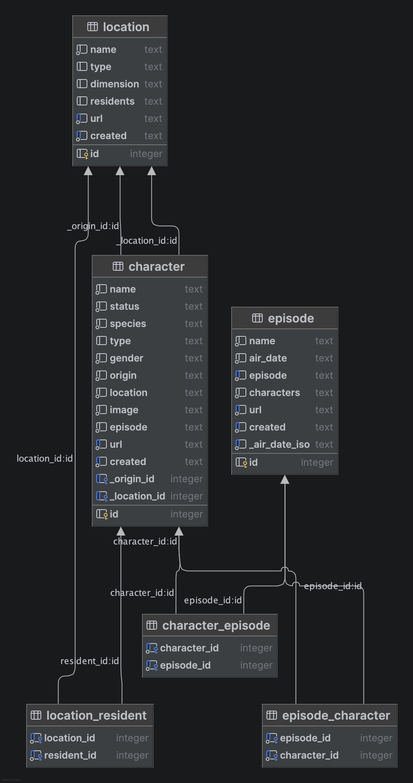
The PlantUML diagram doc/rickandmortyapi.png in jinahya/rickandmortyapi-db, before a commit. Its source is kept beside it as doc/rickandmortyapi.plantuml.
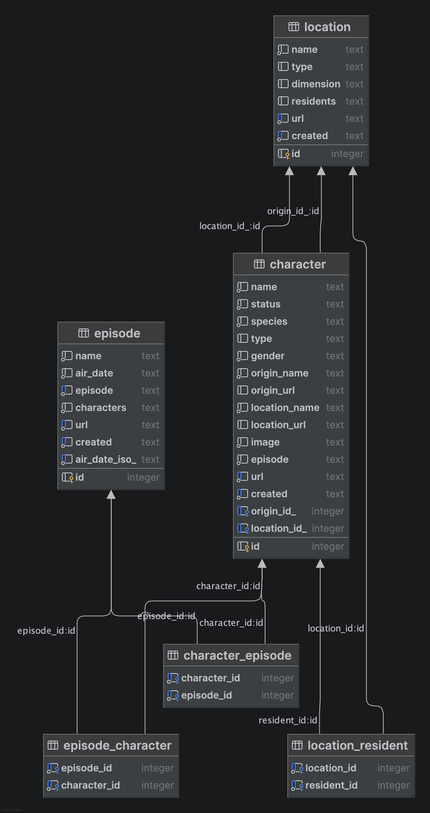
After the commit.

What changed in the source:
```diff
@@ -10,14 +10,16 @@
    species: text
    type: text
    gender: text
-   origin: text
-   location: text
+   origin_name: text
+   origin_url: text
+   location_name: text
+   location_url: text
    image: text
    episode: text
    url: text
    created: text
-   _origin_id: integer
-   _location_id: integer
+   origin_id_: integer
+   location_id_: integer
    id: integer
 }
 class character_episode {
@@ -31,7 +33,7 @@
    characters: text
    url: text
    created: text
-   _air_date_iso: text
+   air_date_iso_: text
    id: integer
 }
 class episode_character {
@@ -52,8 +54,8 @@
    resident_id: integer
 }
 
-character          -[#595959,plain]-^  location          : "_location_id:id"
-character          -[#595959,plain]-^  location          : "_origin_id:id"
+character          -[#595959,plain]-^  location          : "origin_id_:id"
+character          -[#595959,plain]-^  location          : "location_id_:id"
 character_episode  -[#595959,plain]-^  character         : "character_id:id"
 character_episode  -[#595959,plain]-^  episode           : "episode_id:id"
 episode_character  -[#595959,plain]-^  character         : "character_id:id"
```
